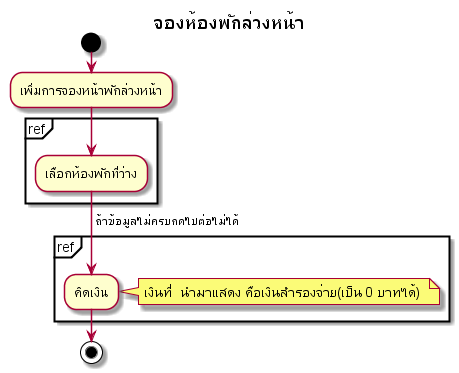
cheat13/Prompiman_Diagram keeps this PlantUML diagram as out/activity-diagram/reservation/addreservation/จองห้องพักล่วงหน้า.png. Above is the earlier version.
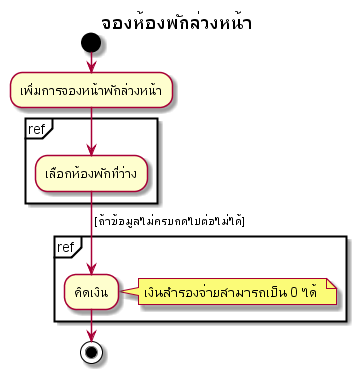
Later version of the same file.

What changed in the source:
```diff
@@ -6,12 +6,12 @@
 partition ref {
 	:เลือกห้องพักที่ว่าง;
 }
--> ถ้าข้อมูลไม่ครบกดไปต่อไม่ได้;
+-> [ถ้าข้อมูลไม่ครบกดไปต่อไม่ได้];
 partition ref {
 	:คิดเงิน;
 }
 note right
-เงินที่  นำมาแสดง คือเงินสำรองจ่าย(เป็น 0 บาทได้)
+เงินสำรองจ่ายสามารถเป็น 0 ได้
 end note
 stop
 @enduml
```
